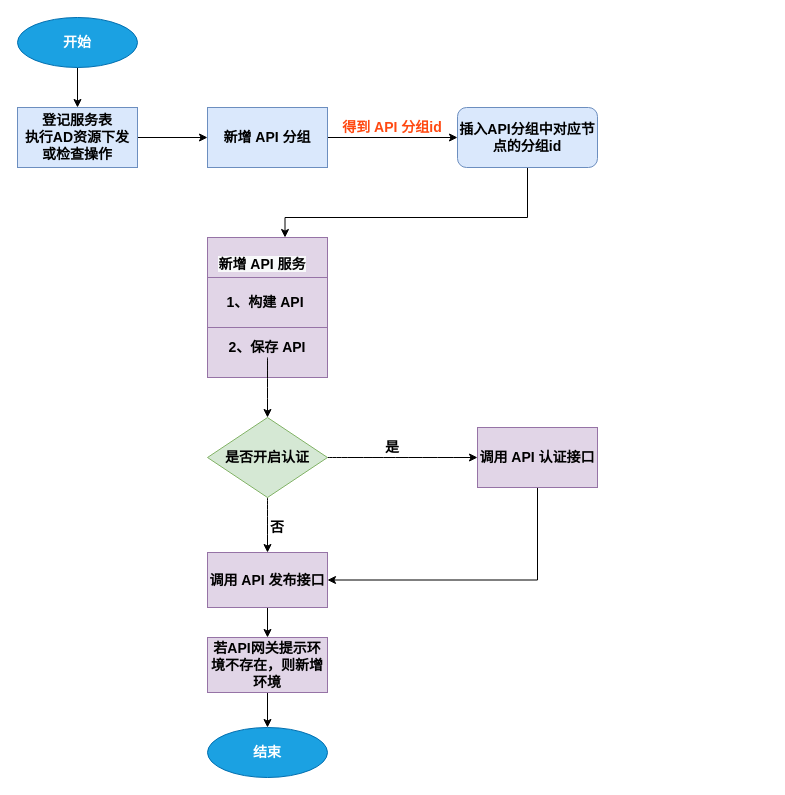
Above: page "新增API服务流程" (12 of 13) of 国税总局迭代三设计.drawio in helemile/notes (draw.io), before the change. Source tidied: cells renumbered, new cells numbered last; positions are measured from the earlier drawing's top-left corner, leaving out a move shared by most shapes. Both pictures are drawn from the tidied source at 100%, with x=0, y=0 at pixel (17, 17).
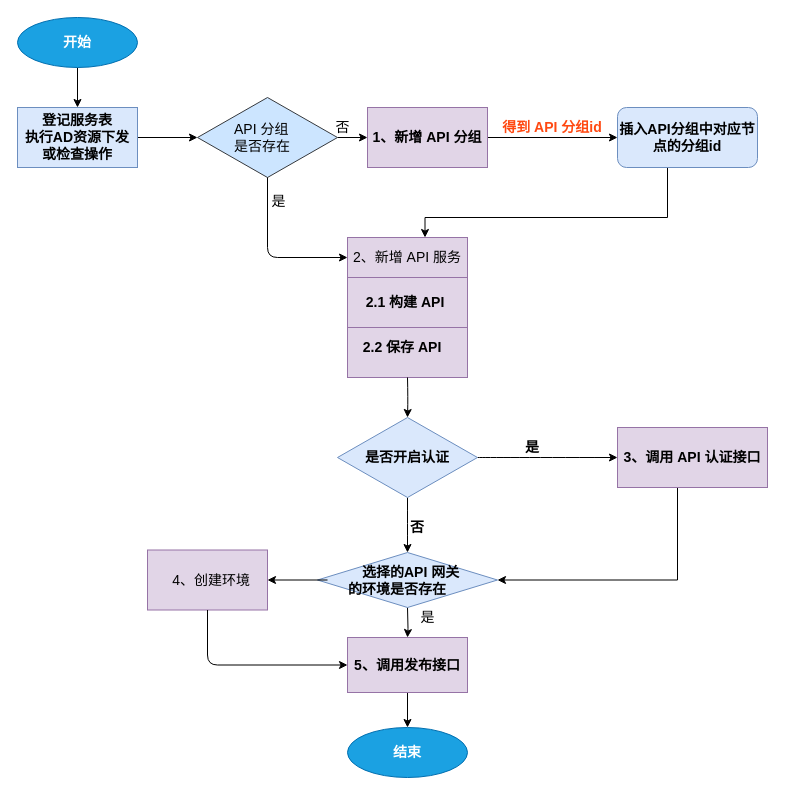
Above is the later version.

Commit message:
Update 国税总局迭代三设计.drawio

Diff of the diagram source:
```diff
@@
-    <mxCell id="2" style="rounded=0;whiteSpace=wrap;html=1;fontSize=14;" parent="1" vertex="1">
-      <mxGeometry x="190" y="310" width="120" height="50" as="geometry" />
-    </mxCell>
-    <mxCell id="3" style="edgeStyle=orthogonalEdgeStyle;rounded=0;jettySize=auto;html=1;fontSize=14;fontStyle=1;" parent="1" edge="1" source="4" target="20">
-      <mxGeometry relative="1" as="geometry" />
-    </mxCell>
-    <mxCell id="4" value="新增 API 分组" style="rounded=0;whiteSpace=wrap;html=1;fontSize=14;fillColor=#dae8fc;strokeColor=#6c8ebf;fontStyle=1;" parent="1" vertex="1">
-      <mxGeometry x="190" y="90" width="120" height="60" as="geometry" />
-    </mxCell>
-    <mxCell id="5" style="rounded=0;whiteSpace=wrap;html=1;fontSize=14;fontStyle=1;fillColor=#e1d5e7;strokeColor=#9673a6;" parent="1" vertex="1">
-      <mxGeometry x="190" y="220" width="120" height="140" as="geometry" />
-    </mxCell>
-    <mxCell id="6" style="edgeStyle=orthogonalEdgeStyle;rounded=0;jettySize=auto;html=1;exitX=0.5;exitY=1;exitDx=0;exitDy=0;entryX=1;entryY=0.5;entryDx=0;entryDy=0;fontSize=14;fontStyle=1;" parent="1" edge="1" source="7" target="18">
-      <mxGeometry relative="1" as="geometry" />
-    </mxCell>
-    <mxCell id="7" value="调用 API 认证接口" style="rounded=0;whiteSpace=wrap;html=1;fontSize=14;fontStyle=1;fillColor=#e1d5e7;strokeColor=#9673a6;" parent="1" vertex="1">
-      <mxGeometry x="460" y="410" width="120" height="60" as="geometry" />
-    </mxCell>
-    <mxCell id="8" value="&lt;br&gt;&lt;br&gt;&lt;span style=&quot;color: rgb(0, 0, 0); font-family: helvetica; font-size: 14px; font-style: normal; letter-spacing: normal; text-align: center; text-indent: 0px; text-transform: none; word-spacing: 0px; background-color: rgb(248, 249, 250); display: inline; float: none;&quot;&gt;新增 API 服务&lt;/span&gt;&lt;br&gt;" style="text;html=1;strokeColor=none;fillColor=none;align=center;verticalAlign=middle;whiteSpace=wrap;rounded=0;fontSize=14;fontStyle=1;" parent="1" vertex="1">
-      <mxGeometry x="200" y="220" width="90" height="20" as="geometry" />
-    </mxCell>
-    <mxCell id="9" value="1、构建 API&amp;nbsp;" style="rounded=0;whiteSpace=wrap;html=1;fontSize=14;fontStyle=1;fillColor=#e1d5e7;strokeColor=#9673a6;" parent="1" vertex="1">
-      <mxGeometry x="190" y="260" width="120" height="50" as="geometry" />
-    </mxCell>
-    <mxCell id="10" style="edgeStyle=orthogonalEdgeStyle;curved=1;rounded=0;jettySize=auto;html=1;fontSize=14;fontStyle=1;" parent="1" edge="1" source="11" target="15">
-      <mxGeometry relative="1" as="geometry" />
-    </mxCell>
-    <mxCell id="11" value="2、保存 API" style="text;html=1;strokeColor=none;fillColor=none;align=center;verticalAlign=middle;whiteSpace=wrap;rounded=0;fontSize=14;fontStyle=1;" parent="1" vertex="1">
-      <mxGeometry x="210" y="320" width="80" height="20" as="geometry" />
-    </mxCell>
+    <mxCell id="21" style="edgeStyle=orthogonalEdgeStyle;rounded=0;jettySize=auto;html=1;fontSize=14;fontStyle=1;" parent="1" edge="1" source="22" target="25">
+      <mxGeometry relative="1" as="geometry" />
+    </mxCell>
+    <mxCell id="22" value="开始" style="ellipse;whiteSpace=wrap;html=1;fontSize=14;fillColor=#1ba1e2;strokeColor=#006EAF;fontColor=#ffffff;fontStyle=1;" parent="1" vertex="1">
+      <mxGeometry width="120" height="50" as="geometry" />
+    </mxCell>
+    <mxCell id="24" style="edgeStyle=orthogonalEdgeStyle;rounded=0;jettySize=auto;html=1;fontSize=14;fontStyle=1;entryX=0;entryY=0.5;entryDx=0;entryDy=0;" parent="1" edge="1" source="25" target="46">
+      <mxGeometry relative="1" as="geometry" />
+    </mxCell>
+    <mxCell id="25" value="登记服务表&lt;br&gt;执行AD资源下发或检查操作" style="rounded=0;whiteSpace=wrap;html=1;fontSize=14;fillColor=#dae8fc;strokeColor=#6c8ebf;fontStyle=1;" parent="1" vertex="1">
+      <mxGeometry y="90" width="120" height="60" as="geometry" />
+    </mxCell>
+    <mxCell id="29" style="rounded=0;whiteSpace=wrap;html=1;fontSize=14;" parent="1" vertex="1">
+      <mxGeometry x="330" y="310" width="120" height="50" as="geometry" />
+    </mxCell>
+    <mxCell id="30" style="edgeStyle=orthogonalEdgeStyle;rounded=0;jettySize=auto;html=1;fontSize=14;fontStyle=1;" parent="1" edge="1" source="31" target="20">
+      <mxGeometry relative="1" as="geometry" />
+    </mxCell>
+    <mxCell id="31" value="1、新增 API 分组" style="rounded=0;whiteSpace=wrap;html=1;fontSize=14;fillColor=#e1d5e7;strokeColor=#9673a6;fontStyle=1;" parent="1" vertex="1">
+      <mxGeometry x="350" y="90" width="120" height="60" as="geometry" />
+    </mxCell>
+    <mxCell id="32" style="rounded=0;whiteSpace=wrap;html=1;fontSize=14;fontStyle=1;fillColor=#e1d5e7;strokeColor=#9673a6;" parent="1" vertex="1">
+      <mxGeometry x="330" y="220" width="120" height="140" as="geometry" />
+    </mxCell>
+    <mxCell id="33" style="edgeStyle=orthogonalEdgeStyle;rounded=0;jettySize=auto;html=1;exitX=0.5;exitY=1;exitDx=0;exitDy=0;entryX=1;entryY=0.5;entryDx=0;entryDy=0;fontSize=14;fontStyle=1;" parent="1" edge="1" source="34" target="51">
+      <mxGeometry relative="1" as="geometry">
+        <Array as="points">
+          <mxPoint x="660" y="563" />
+        </Array>
+      </mxGeometry>
+    </mxCell>
+    <mxCell id="34" value="3、调用 API 认证接口" style="rounded=0;whiteSpace=wrap;html=1;fontSize=14;fontStyle=1;fillColor=#e1d5e7;strokeColor=#9673a6;" parent="1" vertex="1">
+      <mxGeometry x="600" y="410" width="150" height="60" as="geometry" />
+    </mxCell>
+    <mxCell id="35" value="&lt;br&gt;&lt;br&gt;" style="text;html=1;strokeColor=none;fillColor=none;align=center;verticalAlign=middle;whiteSpace=wrap;rounded=0;fontSize=14;fontStyle=1;" parent="1" vertex="1">
+      <mxGeometry x="340" y="220" width="90" height="20" as="geometry" />
+    </mxCell>
+    <mxCell id="36" value="2.1 构建 API&amp;nbsp;" style="rounded=0;whiteSpace=wrap;html=1;fontSize=14;fontStyle=1;fillColor=#e1d5e7;strokeColor=#9673a6;" parent="1" vertex="1">
+      <mxGeometry x="330" y="260" width="120" height="50" as="geometry" />
+    </mxCell>
+    <mxCell id="37" style="edgeStyle=orthogonalEdgeStyle;curved=1;rounded=0;jettySize=auto;html=1;fontSize=14;fontStyle=1;" parent="1" edge="1" target="15">
+      <mxGeometry relative="1" as="geometry">
+        <mxPoint x="390" y="360" as="sourcePoint" />
+      </mxGeometry>
+    </mxCell>
+    <mxCell id="38" value="2.2 保存 API" style="text;html=1;strokeColor=none;fillColor=none;align=center;verticalAlign=middle;whiteSpace=wrap;rounded=0;fontSize=14;fontStyle=1;" parent="1" vertex="1">
+      <mxGeometry x="340" y="320" width="90" height="20" as="geometry" />
+    </mxCell>
     <mxCell id="12" value="&lt;font color=&quot;#ff4912&quot;&gt;得到 API 分组id&lt;/font&gt;" style="text;html=1;strokeColor=none;fillColor=none;align=center;verticalAlign=middle;whiteSpace=wrap;rounded=0;fontSize=14;fontStyle=1;" parent="1" vertex="1">
-      <mxGeometry x="320" y="100" width="110" height="20" as="geometry" />
+      <mxGeometry x="480" y="100" width="110" height="20" as="geometry" />
     </mxCell>
-    <mxCell id="13" style="edgeStyle=orthogonalEdgeStyle;curved=1;rounded=0;jettySize=auto;html=1;fontSize=14;fontStyle=1;" parent="1" edge="1" source="15" target="7">
-      <mxGeometry relative="1" as="geometry" />
-    </mxCell>
-    <mxCell id="14" style="edgeStyle=orthogonalEdgeStyle;curved=1;rounded=0;jettySize=auto;html=1;fontSize=14;fontStyle=1;" parent="1" edge="1" source="15" target="18">
-      <mxGeometry relative="1" as="geometry" />
-    </mxCell>
+    <mxCell id="39" style="edgeStyle=orthogonalEdgeStyle;curved=1;rounded=0;jettySize=auto;html=1;fontSize=14;fontStyle=1;" parent="1" edge="1" source="15" target="34">
+      <mxGeometry relative="1" as="geometry" />
+    </mxCell>
+    <mxCell id="40" style="edgeStyle=orthogonalEdgeStyle;curved=1;rounded=0;jettySize=auto;html=1;fontSize=14;fontStyle=1;" parent="1" edge="1" source="15">
+      <mxGeometry relative="1" as="geometry">
+        <mxPoint x="390" y="535" as="targetPoint" />
+      </mxGeometry>
+    </mxCell>
-    <mxCell id="15" value="是否开启认证" style="rhombus;whiteSpace=wrap;html=1;fontSize=14;fontStyle=1;fillColor=#d5e8d4;strokeColor=#82b366;" parent="1" vertex="1">
-      <mxGeometry x="190" y="400" width="120" height="80" as="geometry" />
+    <mxCell id="15" value="是否开启认证" style="rhombus;whiteSpace=wrap;html=1;fontSize=14;fontStyle=1;fillColor=#dae8fc;strokeColor=#6c8ebf;" parent="1" vertex="1">
+      <mxGeometry x="320" y="400" width="140" height="80" as="geometry" />
     </mxCell>
     <mxCell id="16" value="是" style="text;html=1;strokeColor=none;fillColor=none;align=center;verticalAlign=middle;whiteSpace=wrap;rounded=0;fontSize=14;fontStyle=1;" parent="1" vertex="1">
-      <mxGeometry x="355" y="420" width="40" height="20" as="geometry" />
+      <mxGeometry x="495" y="420" width="40" height="20" as="geometry" />
     </mxCell>
-    <mxCell id="17" style="edgeStyle=orthogonalEdgeStyle;rounded=0;jettySize=auto;html=1;fontSize=14;" parent="1" edge="1" source="18" target="28">
-      <mxGeometry relative="1" as="geometry" />
-    </mxCell>
-    <mxCell id="18" value="调用 API 发布接口" style="whiteSpace=wrap;html=1;fontSize=14;fontStyle=1;fillColor=#e1d5e7;strokeColor=#9673a6;" parent="1" vertex="1">
-      <mxGeometry x="190" y="535" width="120" height="55" as="geometry" />
-    </mxCell>
-    <mxCell id="19" style="edgeStyle=orthogonalEdgeStyle;rounded=0;jettySize=auto;html=1;fontSize=14;entryX=0.75;entryY=0;entryDx=0;entryDy=0;fontStyle=1;" parent="1" edge="1" source="20" target="8">
-      <mxGeometry relative="1" as="geometry">
-        <Array as="points">
-          <mxPoint x="510" y="200" />
-          <mxPoint x="268" y="200" />
-        </Array>
-      </mxGeometry>
-    </mxCell>
+    <mxCell id="41" style="edgeStyle=orthogonalEdgeStyle;rounded=0;jettySize=auto;html=1;fontSize=14;" parent="1" edge="1" target="44">
+      <mxGeometry relative="1" as="geometry">
+        <mxPoint x="390" y="590" as="sourcePoint" />
+      </mxGeometry>
+    </mxCell>
+    <mxCell id="42" style="edgeStyle=orthogonalEdgeStyle;rounded=0;jettySize=auto;html=1;fontSize=14;entryX=0.75;entryY=0;entryDx=0;entryDy=0;fontStyle=1;" parent="1" edge="1" source="20" target="35">
+      <mxGeometry relative="1" as="geometry">
+        <Array as="points">
+          <mxPoint x="650" y="200" />
+          <mxPoint x="408" y="200" />
+        </Array>
+      </mxGeometry>
+    </mxCell>
     <mxCell id="20" value="插入API分组中对应节点的分组id" style="rounded=1;whiteSpace=wrap;html=1;fontSize=14;fontStyle=1;fillColor=#dae8fc;strokeColor=#6c8ebf;" parent="1" vertex="1">
-      <mxGeometry x="440" y="90" width="140" height="60" as="geometry" />
+      <mxGeometry x="600" y="90" width="140" height="60" as="geometry" />
     </mxCell>
-    <mxCell id="21" style="edgeStyle=orthogonalEdgeStyle;rounded=0;jettySize=auto;html=1;fontSize=14;fontStyle=1;" parent="1" edge="1" source="22" target="25">
-      <mxGeometry relative="1" as="geometry" />
-    </mxCell>
-    <mxCell id="22" value="开始" style="ellipse;whiteSpace=wrap;html=1;fontSize=14;fillColor=#1ba1e2;strokeColor=#006EAF;fontColor=#ffffff;fontStyle=1;" parent="1" vertex="1">
-      <mxGeometry width="120" height="50" as="geometry" />
-    </mxCell>
     <mxCell id="23" value="结束" style="ellipse;whiteSpace=wrap;html=1;fontSize=14;fillColor=#1ba1e2;strokeColor=#006EAF;fontColor=#ffffff;fontStyle=1;" parent="1" vertex="1">
-      <mxGeometry x="190" y="710" width="120" height="50" as="geometry" />
+      <mxGeometry x="330" y="710" width="120" height="50" as="geometry" />
     </mxCell>
-    <mxCell id="24" style="edgeStyle=orthogonalEdgeStyle;rounded=0;jettySize=auto;html=1;fontSize=14;fontStyle=1;" parent="1" edge="1" source="25" target="4">
-      <mxGeometry relative="1" as="geometry" />
-    </mxCell>
-    <mxCell id="25" value="登记服务表&lt;br&gt;执行AD资源下发或检查操作" style="rounded=0;whiteSpace=wrap;html=1;fontSize=14;fillColor=#dae8fc;strokeColor=#6c8ebf;fontStyle=1;" parent="1" vertex="1">
-      <mxGeometry y="90" width="120" height="60" as="geometry" />
-    </mxCell>
     <mxCell id="26" value="否" style="text;html=1;strokeColor=none;fillColor=none;align=center;verticalAlign=middle;whiteSpace=wrap;rounded=0;fontSize=14;fontStyle=1;" parent="1" vertex="1">
-      <mxGeometry x="240" y="500" width="40" height="20" as="geometry" />
+      <mxGeometry x="380" y="500" width="40" height="20" as="geometry" />
     </mxCell>
-    <mxCell id="27" style="edgeStyle=orthogonalEdgeStyle;rounded=0;jettySize=auto;html=1;fontSize=14;" parent="1" edge="1" source="28" target="23">
-      <mxGeometry relative="1" as="geometry" />
-    </mxCell>
-    <mxCell id="28" value="若API网关提示环境不存在，则新增环境" style="whiteSpace=wrap;html=1;fontSize=14;fontStyle=1;fillColor=#e1d5e7;strokeColor=#9673a6;" parent="1" vertex="1">
-      <mxGeometry x="190" y="620" width="120" height="55" as="geometry" />
-    </mxCell>
+    <mxCell id="43" style="edgeStyle=orthogonalEdgeStyle;rounded=0;jettySize=auto;html=1;fontSize=14;" parent="1" edge="1" source="44" target="23">
+      <mxGeometry relative="1" as="geometry" />
+    </mxCell>
+    <mxCell id="44" value="5、调用发布接口" style="whiteSpace=wrap;html=1;fontSize=14;fontStyle=1;fillColor=#e1d5e7;strokeColor=#9673a6;" parent="1" vertex="1">
+      <mxGeometry x="330" y="620" width="120" height="55" as="geometry" />
+    </mxCell>
+    <mxCell id="45" style="edgeStyle=orthogonalEdgeStyle;rounded=0;jettySize=auto;html=1;fontSize=14;entryX=0;entryY=0.5;entryDx=0;entryDy=0;" parent="1" edge="1" source="46" target="31">
+      <mxGeometry relative="1" as="geometry" />
+    </mxCell>
+    <mxCell id="46" value="&amp;nbsp; &amp;nbsp; &amp;nbsp; &amp;nbsp; &amp;nbsp;API 分组&lt;br&gt;&amp;nbsp; &amp;nbsp; &amp;nbsp; &amp;nbsp; &amp;nbsp;是否存在" style="rhombus;whiteSpace=wrap;html=1;fontSize=14;align=left;fillColor=#cce5ff;strokeColor=#36393d;" parent="1" vertex="1">
+      <mxGeometry x="180" y="80" width="140" height="80" as="geometry" />
+    </mxCell>
+    <mxCell id="47" value="否" style="text;html=1;align=center;verticalAlign=middle;strokeColor=none;fontSize=14;" parent="1" vertex="1">
+      <mxGeometry x="310" y="100" width="30" height="20" as="geometry" />
+    </mxCell>
+    <mxCell id="48" style="endArrow=classic;html=1;fontSize=14;exitX=0.5;exitY=1;exitDx=0;exitDy=0;edgeStyle=orthogonalEdgeStyle;" parent="1" edge="1" source="46">
+      <mxGeometry relative="1" as="geometry">
+        <mxPoint x="330" y="240" as="targetPoint" />
+        <Array as="points">
+          <mxPoint x="250" y="240" />
+          <mxPoint x="330" y="240" />
+        </Array>
+      </mxGeometry>
+    </mxCell>
+    <mxCell id="49" value="是" style="edgeLabel;html=1;align=center;verticalAlign=middle;fontSize=14;" parent="48" vertex="1">
+      <mxGeometry x="-0.71" y="3" relative="1" as="geometry">
+        <mxPoint x="7" as="offset" />
+      </mxGeometry>
+    </mxCell>
+    <mxCell id="50" value="2、新增 API 服务" style="text;html=1;strokeColor=none;fillColor=none;align=center;verticalAlign=middle;whiteSpace=wrap;rounded=0;fontSize=14;" parent="1" vertex="1">
+      <mxGeometry x="330" y="230" width="120" height="20" as="geometry" />
+    </mxCell>
+    <mxCell id="51" style="rhombus;whiteSpace=wrap;html=1;fontSize=14;align=left;fillColor=#dae8fc;strokeColor=#6c8ebf;" parent="1" vertex="1">
+      <mxGeometry x="300" y="535" width="180" height="55" as="geometry" />
+    </mxCell>
+    <mxCell id="52" style="edgeStyle=orthogonalEdgeStyle;rounded=0;jettySize=auto;html=1;fontSize=14;" parent="1" edge="1" source="53" target="55">
+      <mxGeometry relative="1" as="geometry" />
+    </mxCell>
+    <mxCell id="53" value="&lt;span style=&quot;font-family: &amp;#34;helvetica&amp;#34; ; font-weight: 700&quot;&gt;&amp;nbsp; &amp;nbsp; &amp;nbsp; &amp;nbsp;选择的API 网关的环境是否存在&lt;/span&gt;" style="text;html=1;strokeColor=none;fillColor=none;align=center;verticalAlign=middle;whiteSpace=wrap;rounded=0;fontSize=14;" parent="1" vertex="1">
+      <mxGeometry x="310" y="552.5" width="140" height="20" as="geometry" />
+    </mxCell>
+    <mxCell id="54" value="是" style="text;html=1;align=center;verticalAlign=middle;strokeColor=none;fontSize=14;" parent="1" vertex="1">
+      <mxGeometry x="395" y="590" width="30" height="20" as="geometry" />
+    </mxCell>
+    <mxCell id="55" value="&amp;nbsp; &amp;nbsp; &amp;nbsp; 4、创建环境" style="whiteSpace=wrap;html=1;fontSize=14;align=left;fillColor=#e1d5e7;strokeColor=#9673a6;" parent="1" vertex="1">
+      <mxGeometry x="130" y="532.5" width="120" height="60" as="geometry" />
+    </mxCell>
+    <mxCell id="56" style="endArrow=classic;html=1;fontSize=14;exitX=0.5;exitY=1;exitDx=0;exitDy=0;entryX=0;entryY=0.5;entryDx=0;entryDy=0;edgeStyle=orthogonalEdgeStyle;" parent="1" edge="1" source="55" target="44">
+      <mxGeometry relative="1" as="geometry" />
+    </mxCell>
```
